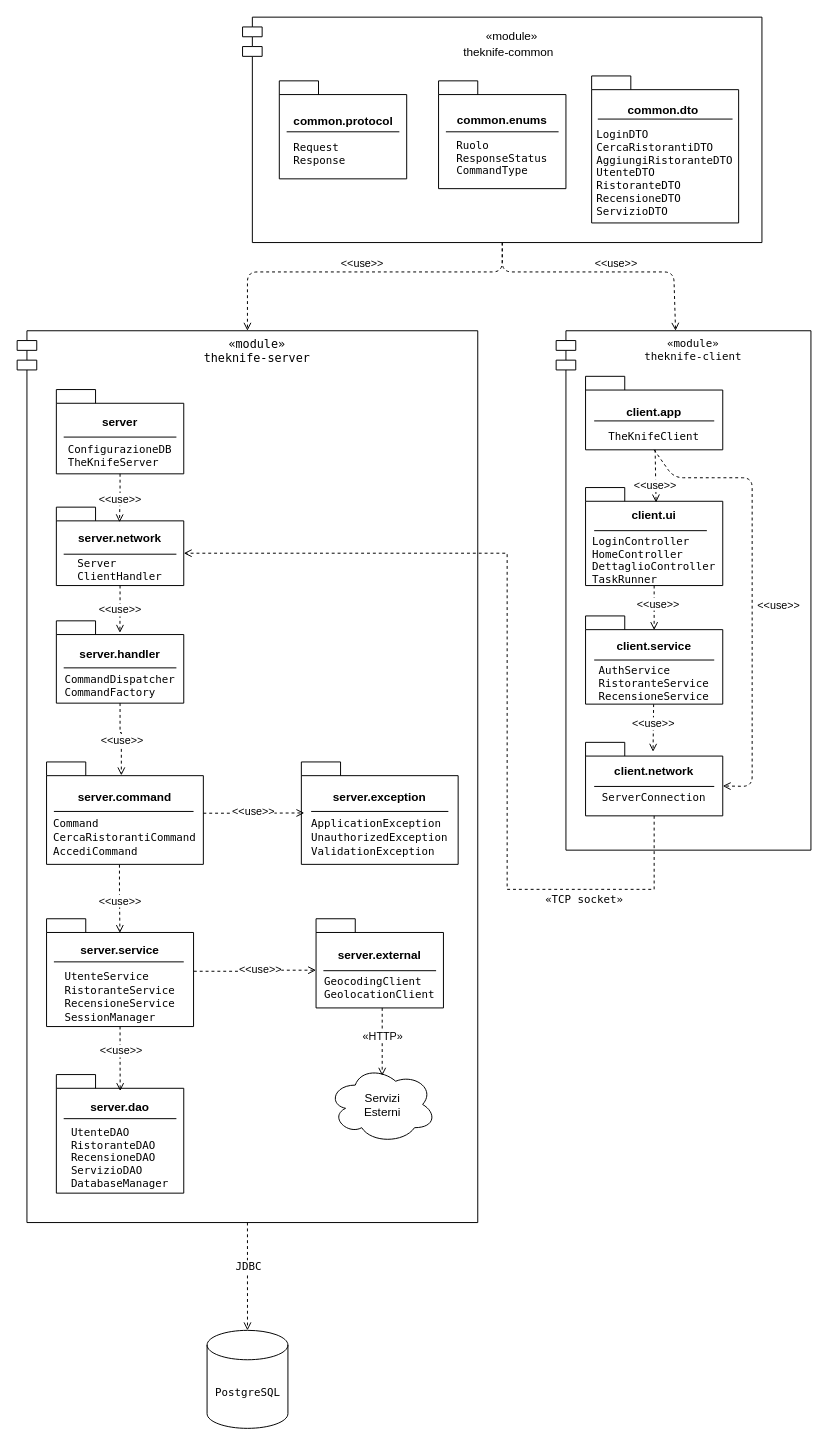
The draw.io diagram Progettazione/1_Doc. Conclusi/Diagrammi/PackageDiagram.drawio in FloshDev/TheKnife-B, before the edit. Source tidied: cells renumbered, new cells numbered last; positions are measured from the earlier drawing's top-left corner, leaving out a move shared by most shapes. Both pictures are drawn from the tidied source at 98%, with x=0, y=0 at pixel (17, 17).
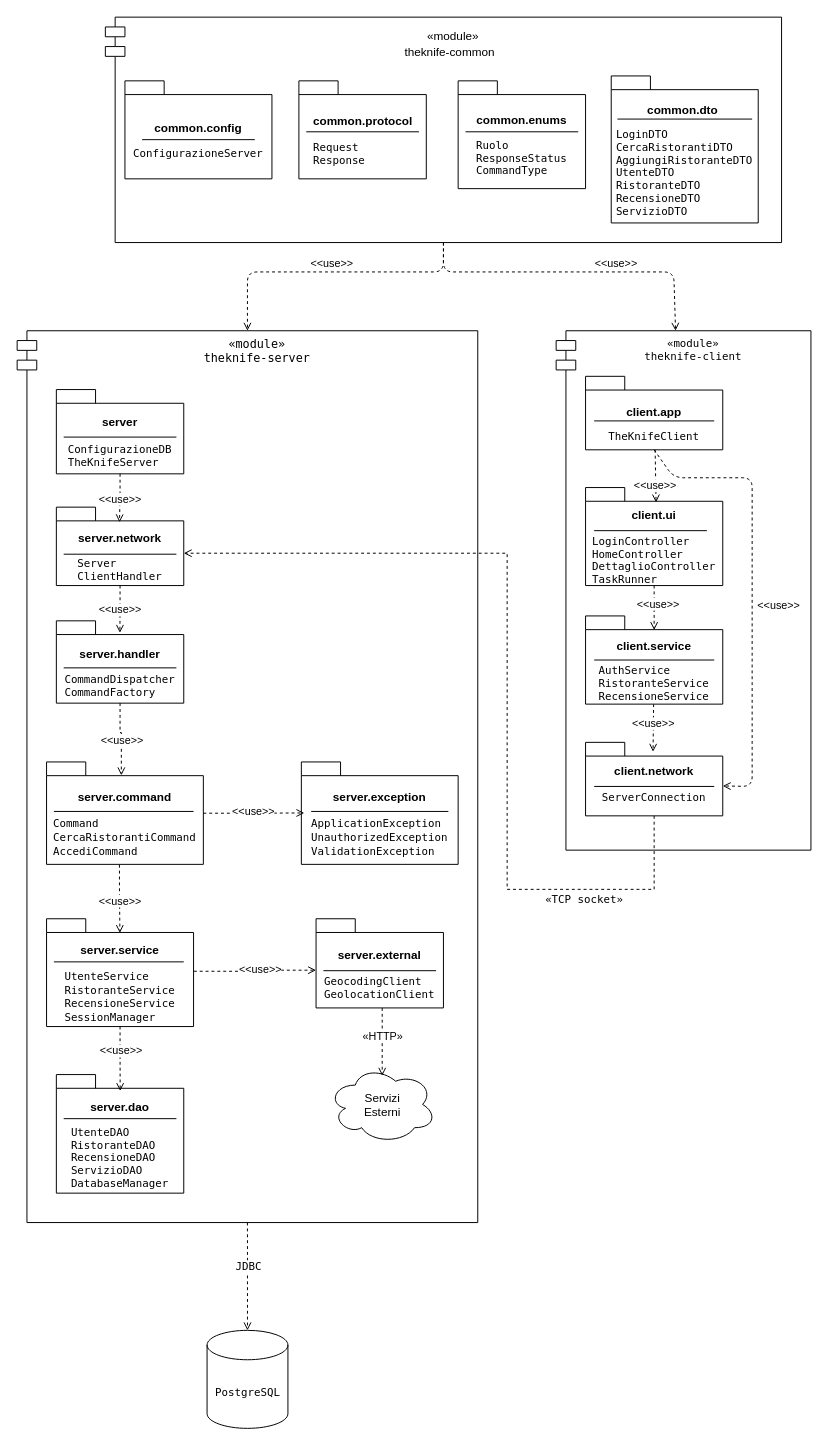
After the change.

Unchanged cells that the change refers to:
```xml
<mxCell id="10" value="&lt;p class=&quot;p1&quot; style=&quot;margin: 0px; font-style: normal; font-variant: normal; font-size-adjust: none; font-language-override: normal; font-kerning: auto; font-optical-sizing: auto; font-feature-settings: normal; font-variation-settings: normal; font-stretch: normal; font-size: 11px; line-height: normal; font-family: Menlo;&quot;&gt;&lt;span class=&quot;s1&quot; style=&quot;font-variant-ligatures: no-common-ligatures;&quot;&gt;«module»&lt;/span&gt;&lt;/p&gt;&lt;p class=&quot;p1&quot; style=&quot;margin: 0px; font-style: normal; font-variant: normal; font-size-adjust: none; font-language-override: normal; font-kerning: auto; font-optical-sizing: auto; font-feature-settings: normal; font-variation-settings: normal; font-stretch: normal; font-size: 11px; line-height: normal; font-family: Menlo;&quot;&gt;&lt;span class=&quot;s1&quot; style=&quot;font-variant-ligatures: no-common-ligatures;&quot;&gt;theknife-client&lt;/span&gt;&lt;/p&gt;" style="shape=module;align=center;spacingLeft=20;align=center;verticalAlign=top;whiteSpace=wrap;html=1;fontFamily=Helvetica;fontSize=12;fontColor=default;fontStyle=0;" parent="1" vertex="1">
  <mxGeometry x="550" y="320" width="260" height="530" as="geometry" />
</mxCell>
<mxCell id="31" value="&lt;div&gt;&lt;p class=&quot;p1&quot; style=&quot;margin: 0px; font-style: normal; font-variant: normal; font-size-adjust: none; font-language-override: normal; font-kerning: auto; font-optical-sizing: auto; font-feature-settings: normal; font-variation-settings: normal; font-stretch: normal; font-family: Menlo;&quot;&gt;&lt;span class=&quot;s1&quot; style=&quot;font-variant-ligatures: no-common-ligatures;&quot;&gt;&lt;font&gt;«module»&lt;/font&gt;&lt;/span&gt;&lt;/p&gt;&lt;p class=&quot;p1&quot; style=&quot;margin: 0px; font-style: normal; font-variant: normal; font-size-adjust: none; font-language-override: normal; font-kerning: auto; font-optical-sizing: auto; font-feature-settings: normal; font-variation-settings: normal; font-stretch: normal; font-family: Menlo;&quot;&gt;&lt;span style=&quot;font-variant-ligatures: no-common-ligatures; background-color: transparent; color: light-dark(rgb(0, 0, 0), rgb(255, 255, 255));&quot;&gt;&lt;font&gt;theknife-server&lt;/font&gt;&lt;/span&gt;&lt;/p&gt;&lt;/div&gt;" style="shape=module;align=center;spacingLeft=20;align=center;verticalAlign=top;whiteSpace=wrap;html=1;" parent="1" vertex="1">
  <mxGeometry y="320" width="470" height="910" as="geometry" />
</mxCell>
```

Diff of the diagram source:
```diff
@@
     <mxCell id="2" style="dashed=1;endArrow=open;endFill=0;entryX=0.5;entryY=0;entryDx=0;entryDy=0;exitX=0.5;exitY=1;exitDx=0;exitDy=0;" parent="1" edge="1" source="5" target="31">
       <mxGeometry relative="1" as="geometry">
         <Array as="points">
-          <mxPoint x="495" y="260" />
+          <mxPoint x="435" y="260" />
           <mxPoint x="235" y="260" />
         </Array>
       </mxGeometry>
     </mxCell>
@@
     <mxCell id="4" style="dashed=1;endArrow=open;endFill=0;exitX=0.5;exitY=1;exitDx=0;exitDy=0;" parent="1" edge="1" source="5" target="10">
       <mxGeometry relative="1" as="geometry">
         <Array as="points">
-          <mxPoint x="495" y="260" />
+          <mxPoint x="435" y="260" />
           <mxPoint x="670" y="260" />
         </Array>
       </mxGeometry>
     </mxCell>
     <mxCell id="5" value="&lt;div style=&quot;line-height: 30%;&quot;&gt;&lt;p&gt;«module»&lt;/p&gt;&lt;p&gt;&lt;span style=&quot;background-color: transparent; color: light-dark(rgb(0, 0, 0), rgb(255, 255, 255));&quot;&gt;theknife-common&amp;nbsp;&amp;nbsp;&lt;/span&gt;&lt;/p&gt;&lt;/div&gt;" style="shape=module;align=left;spacingLeft=20;align=center;verticalAlign=top;whiteSpace=wrap;html=1;" parent="1" vertex="1">
-      <mxGeometry x="230" width="530" height="230" as="geometry" />
+      <mxGeometry x="90" width="690" height="230" as="geometry" />
     </mxCell>
     <mxCell id="6" value="&lt;p&gt;common.dto&amp;nbsp;&lt;/p&gt;&lt;p class=&quot;p1&quot; style=&quot;margin: 0px; font: 400 11px Menlo; text-align: start;&quot;&gt;&lt;span class=&quot;s1&quot; style=&quot;font-variant-ligatures: no-common-ligatures;&quot;&gt;LoginDTO&lt;/span&gt;&lt;/p&gt;&lt;p class=&quot;p1&quot; style=&quot;margin: 0px; font: 400 11px Menlo; text-align: start;&quot;&gt;&lt;span style=&quot;font-variant-ligatures: no-common-ligatures; background-color: transparent; color: light-dark(rgb(0, 0, 0), rgb(255, 255, 255));&quot;&gt;CercaRistorantiDTO&lt;/span&gt;&lt;/p&gt;&lt;p class=&quot;p1&quot; style=&quot;margin: 0px; font: 400 11px Menlo; text-align: start;&quot;&gt;&lt;span class=&quot;s1&quot; style=&quot;font-variant-ligatures: no-common-ligatures;&quot;&gt;AggiungiRistoranteDTO&lt;/span&gt;&lt;/p&gt;&lt;p class=&quot;p1&quot; style=&quot;margin: 0px; font: 400 11px Menlo; text-align: start;&quot;&gt;&lt;span class=&quot;s1&quot; style=&quot;font-variant-ligatures: no-common-ligatures;&quot;&gt;UtenteDTO&lt;/span&gt;&lt;/p&gt;&lt;p class=&quot;p1&quot; style=&quot;margin: 0px; font: 400 11px Menlo; text-align: start;&quot;&gt;&lt;span class=&quot;s1&quot; style=&quot;font-variant-ligatures: no-common-ligatures;&quot;&gt;RistoranteDTO&lt;/span&gt;&lt;/p&gt;&lt;p class=&quot;p1&quot; style=&quot;margin: 0px; font: 400 11px Menlo; text-align: start;&quot;&gt;&lt;span class=&quot;s1&quot; style=&quot;font-variant-ligatures: no-common-ligatures;&quot;&gt;RecensioneDTO&lt;/span&gt;&lt;/p&gt;&lt;p class=&quot;p1&quot; style=&quot;margin: 0px; font: 400 11px Menlo; text-align: start;&quot;&gt;&lt;span class=&quot;s1&quot; style=&quot;font-variant-ligatures: no-common-ligatures;&quot;&gt;ServizioDTO&lt;/span&gt;&lt;/p&gt;" style="shape=folder;fontStyle=1;spacingTop=10;tabWidth=40;tabHeight=14;tabPosition=left;html=1;whiteSpace=wrap;" parent="1" vertex="1">
-      <mxGeometry x="586.2" y="60" width="150" height="150" as="geometry" />
+      <mxGeometry x="606.2" y="60" width="150" height="150" as="geometry" />
     </mxCell>
     <mxCell id="7" value="&lt;p&gt;common.protocol&lt;/p&gt;&lt;p class=&quot;p1&quot; style=&quot;margin: 0px; font: 400 11px Menlo; text-align: start;&quot;&gt;&lt;span class=&quot;s1&quot; style=&quot;font-variant-ligatures: no-common-ligatures;&quot;&gt;Request&lt;/span&gt;&lt;/p&gt;&lt;p class=&quot;p1&quot; style=&quot;margin: 0px; font: 400 11px Menlo; text-align: start;&quot;&gt;&lt;span style=&quot;font-variant-ligatures: no-common-ligatures; background-color: transparent; color: light-dark(rgb(0, 0, 0), rgb(255, 255, 255));&quot;&gt;Response&lt;/span&gt;&lt;/p&gt;" style="shape=folder;fontStyle=1;spacingTop=10;tabWidth=40;tabHeight=14;tabPosition=left;html=1;whiteSpace=wrap;" parent="1" vertex="1">
-      <mxGeometry x="267.5" y="65" width="130" height="100" as="geometry" />
+      <mxGeometry x="287.5" y="65" width="130" height="100" as="geometry" />
     </mxCell>
     <mxCell id="8" style="line;strokeWidth=1;fillColor=none;align=left;verticalAlign=middle;spacingTop=-1;spacingLeft=3;spacingRight=3;labelPosition=right;strokeColor=inherit;" parent="1" vertex="1">
-      <mxGeometry x="275" y="113" width="115" height="8" as="geometry" />
+      <mxGeometry x="295" y="113" width="115" height="8" as="geometry" />
     </mxCell>
     <mxCell id="9" style="line;strokeWidth=1;fillColor=none;align=left;verticalAlign=middle;spacingTop=-1;spacingLeft=3;spacingRight=3;labelPosition=right;strokeColor=inherit;" parent="1" vertex="1">
-      <mxGeometry x="592.5" y="100" width="137.5" height="8" as="geometry" />
+      <mxGeometry x="612.5" y="100" width="137.5" height="8" as="geometry" />
     </mxCell>
@@
     <mxCell id="29" value="&lt;p&gt;common.enums&lt;/p&gt;&lt;p class=&quot;p1&quot; style=&quot;margin: 0px; font-style: normal; font-variant-caps: normal; font-variant-numeric: normal; font-variant-east-asian: normal; font-variant-alternates: normal; font-size-adjust: none; font-language-override: normal; font-kerning: auto; font-optical-sizing: auto; font-feature-settings: normal; font-variation-settings: normal; font-variant-position: normal; font-variant-emoji: normal; font-weight: 400; font-stretch: normal; font-size: 11px; line-height: normal; font-family: Menlo; text-align: start;&quot;&gt;&lt;span style=&quot;font-variant-ligatures: no-common-ligatures;&quot;&gt;Ruolo&lt;/span&gt;&lt;/p&gt;&lt;p class=&quot;p1&quot; style=&quot;margin: 0px; font: 400 11px Menlo; text-align: start;&quot;&gt;&lt;span style=&quot;font-variant-ligatures: no-common-ligatures; background-color: transparent; color: light-dark(rgb(0, 0, 0), rgb(255, 255, 255));&quot;&gt;ResponseStatus&lt;/span&gt;&lt;/p&gt;&lt;p class=&quot;p1&quot; style=&quot;margin: 0px; font: 400 11px Menlo; text-align: start;&quot;&gt;&lt;span style=&quot;font-variant-ligatures: no-common-ligatures; background-color: transparent; color: light-dark(rgb(0, 0, 0), rgb(255, 255, 255));&quot;&gt;CommandType&lt;/span&gt;&lt;/p&gt;" style="shape=folder;fontStyle=1;spacingTop=10;tabWidth=40;tabHeight=14;tabPosition=left;html=1;whiteSpace=wrap;" parent="1" vertex="1">
-      <mxGeometry x="430" y="65" width="130" height="110" as="geometry" />
+      <mxGeometry x="450" y="65" width="130" height="110" as="geometry" />
     </mxCell>
     <mxCell id="30" style="line;strokeWidth=1;fillColor=none;align=left;verticalAlign=middle;spacingTop=-1;spacingLeft=3;spacingRight=3;labelPosition=right;strokeColor=inherit;" parent="1" vertex="1">
-      <mxGeometry x="437.5" y="113" width="115" height="8" as="geometry" />
+      <mxGeometry x="457.5" y="113" width="115" height="8" as="geometry" />
     </mxCell>
@@
+    <mxCell id="69" value="&lt;p&gt;common.config&lt;/p&gt;&lt;p class=&quot;p1&quot; style=&quot;margin: 0px; font-style: normal; font-variant-caps: normal; font-variant-numeric: normal; font-variant-east-asian: normal; font-variant-alternates: normal; font-size-adjust: none; font-language-override: normal; font-kerning: auto; font-optical-sizing: auto; font-feature-settings: normal; font-variation-settings: normal; font-variant-position: normal; font-variant-emoji: normal; font-weight: 400; font-stretch: normal; font-size: 11px; line-height: normal; font-family: Menlo; text-align: start;&quot;&gt;&lt;span style=&quot;font-variant-ligatures: no-common-ligatures;&quot;&gt;ConfigurazioneServer&lt;/span&gt;&lt;/p&gt;" style="shape=folder;fontStyle=1;spacingTop=10;tabWidth=40;tabHeight=14;tabPosition=left;html=1;whiteSpace=wrap;" parent="1" vertex="1">
+      <mxGeometry x="110" y="65" width="150" height="100" as="geometry" />
+    </mxCell>
+    <mxCell id="70" style="line;strokeWidth=1;fillColor=none;align=left;verticalAlign=middle;spacingTop=-1;spacingLeft=3;spacingRight=3;labelPosition=right;strokeColor=inherit;" parent="1" vertex="1">
+      <mxGeometry x="127.5" y="121" width="115" height="8" as="geometry" />
+    </mxCell>
```
